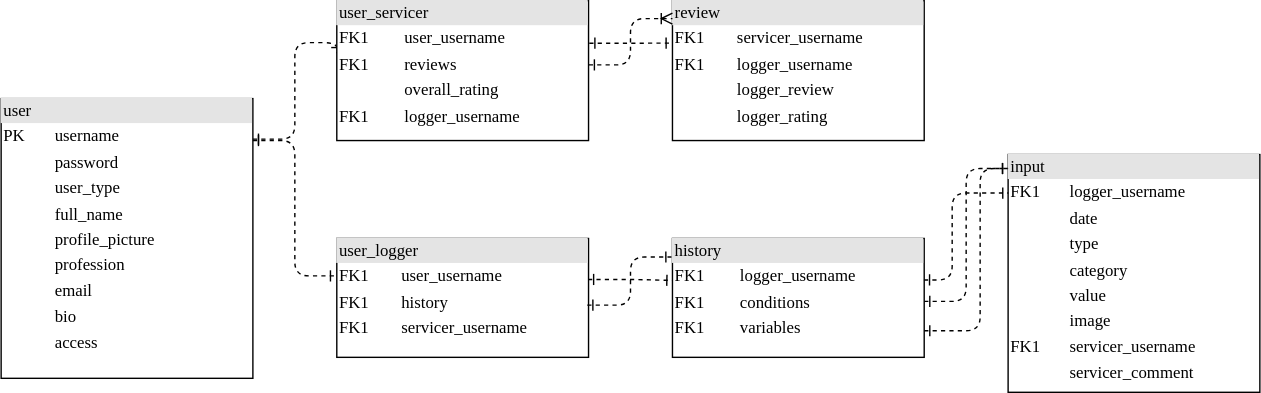
This is diagrams/database/database_tables_relationships.drawio.svg from mervin-njy/trigg-track-v2, a draw.io export, as it was before one commit. Source tidied: cells renumbered, new cells last; positions are measured from the earlier drawing's top-left corner, leaving out a move shared by most shapes.
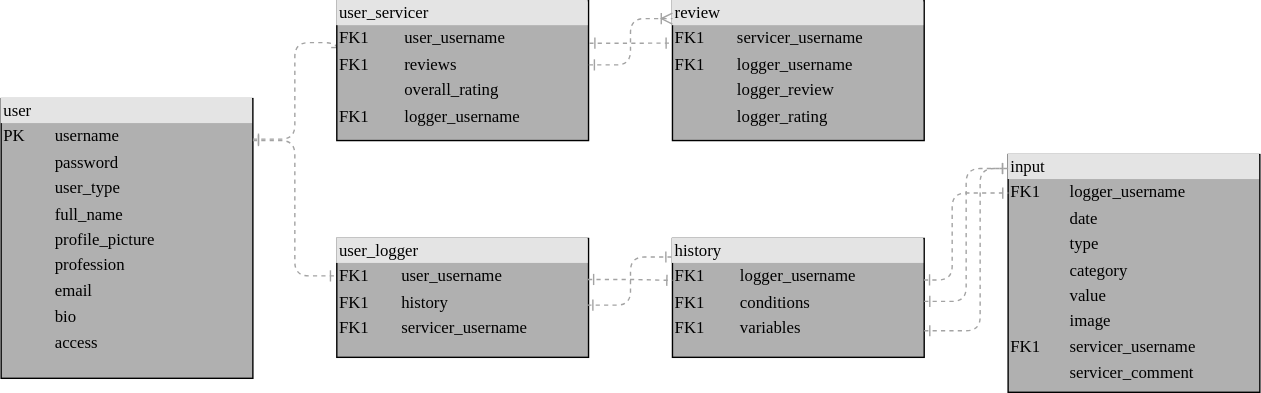
Later version of the same file.

Change to the diagram source:
```diff
@@ -2,13 +2,13 @@
   <root>
     <mxCell id="0" />
     <mxCell id="1" parent="0" />
-    <mxCell id="2" value="&lt;div style=&quot;box-sizing: border-box ; width: 100% ; background: #e4e4e4 ; padding: 2px&quot;&gt;user&lt;/div&gt;&lt;table style=&quot;width: 100% ; font-size: 1em&quot; cellpadding=&quot;2&quot; cellspacing=&quot;0&quot;&gt;&lt;tbody&gt;&lt;tr&gt;&lt;td&gt;PK&lt;/td&gt;&lt;td&gt;username&lt;/td&gt;&lt;/tr&gt;&lt;tr&gt;&lt;td&gt;&lt;br&gt;&lt;/td&gt;&lt;td&gt;password&lt;/td&gt;&lt;/tr&gt;&lt;tr&gt;&lt;td&gt;&lt;/td&gt;&lt;td&gt;user_type&lt;/td&gt;&lt;/tr&gt;&lt;tr&gt;&lt;td&gt;&lt;br&gt;&lt;/td&gt;&lt;td&gt;full_name&lt;br&gt;&lt;/td&gt;&lt;/tr&gt;&lt;tr&gt;&lt;td&gt;&lt;br&gt;&lt;/td&gt;&lt;td&gt;profile_picture&lt;br&gt;&lt;/td&gt;&lt;/tr&gt;&lt;tr&gt;&lt;td&gt;&lt;br&gt;&lt;/td&gt;&lt;td&gt;profession&lt;br&gt;&lt;/td&gt;&lt;/tr&gt;&lt;tr&gt;&lt;td&gt;&lt;br&gt;&lt;/td&gt;&lt;td&gt;email&lt;/td&gt;&lt;/tr&gt;&lt;tr&gt;&lt;td&gt;&lt;br&gt;&lt;/td&gt;&lt;td&gt;bio&lt;br&gt;&lt;/td&gt;&lt;/tr&gt;&lt;tr&gt;&lt;td&gt;&lt;br&gt;&lt;/td&gt;&lt;td&gt;access&lt;br&gt;&lt;/td&gt;&lt;/tr&gt;&lt;tr&gt;&lt;td&gt;&lt;br&gt;&lt;/td&gt;&lt;td&gt;&lt;br&gt;&lt;/td&gt;&lt;/tr&gt;&lt;tr&gt;&lt;td&gt;&lt;br&gt;&lt;/td&gt;&lt;td&gt;&lt;br&gt;&lt;/td&gt;&lt;/tr&gt;&lt;tr&gt;&lt;td&gt;&lt;br&gt;&lt;/td&gt;&lt;td&gt;&lt;br&gt;&lt;/td&gt;&lt;/tr&gt;&lt;tr&gt;&lt;td&gt;&lt;br&gt;&lt;/td&gt;&lt;td&gt;&lt;br&gt;&lt;/td&gt;&lt;/tr&gt;&lt;tr&gt;&lt;td&gt;&lt;br&gt;&lt;/td&gt;&lt;td&gt;&lt;br&gt;&lt;/td&gt;&lt;/tr&gt;&lt;tr&gt;&lt;td&gt;&lt;br&gt;&lt;/td&gt;&lt;td&gt;&lt;br&gt;&lt;/td&gt;&lt;/tr&gt;&lt;tr&gt;&lt;td&gt;&lt;br&gt;&lt;/td&gt;&lt;td&gt;&lt;br&gt;&lt;/td&gt;&lt;/tr&gt;&lt;tr&gt;&lt;td&gt;&lt;br&gt;&lt;/td&gt;&lt;td&gt;&lt;br&gt;&lt;/td&gt;&lt;/tr&gt;&lt;/tbody&gt;&lt;/table&gt;" style="verticalAlign=top;align=left;overflow=fill;html=1;rounded=0;shadow=0;comic=0;labelBackgroundColor=none;strokeWidth=1;fontFamily=Verdana;fontSize=12;" parent="1" vertex="1">
+    <mxCell id="2" value="&lt;div style=&quot;box-sizing: border-box ; width: 100% ; background: #e4e4e4 ; padding: 2px&quot;&gt;user&lt;/div&gt;&lt;table style=&quot;width: 100% ; font-size: 1em&quot; cellpadding=&quot;2&quot; cellspacing=&quot;0&quot;&gt;&lt;tbody&gt;&lt;tr&gt;&lt;td&gt;PK&lt;/td&gt;&lt;td&gt;username&lt;/td&gt;&lt;/tr&gt;&lt;tr&gt;&lt;td&gt;&lt;br&gt;&lt;/td&gt;&lt;td&gt;password&lt;/td&gt;&lt;/tr&gt;&lt;tr&gt;&lt;td&gt;&lt;/td&gt;&lt;td&gt;user_type&lt;/td&gt;&lt;/tr&gt;&lt;tr&gt;&lt;td&gt;&lt;br&gt;&lt;/td&gt;&lt;td&gt;full_name&lt;br&gt;&lt;/td&gt;&lt;/tr&gt;&lt;tr&gt;&lt;td&gt;&lt;br&gt;&lt;/td&gt;&lt;td&gt;profile_picture&lt;br&gt;&lt;/td&gt;&lt;/tr&gt;&lt;tr&gt;&lt;td&gt;&lt;br&gt;&lt;/td&gt;&lt;td&gt;profession&lt;br&gt;&lt;/td&gt;&lt;/tr&gt;&lt;tr&gt;&lt;td&gt;&lt;br&gt;&lt;/td&gt;&lt;td&gt;email&lt;/td&gt;&lt;/tr&gt;&lt;tr&gt;&lt;td&gt;&lt;br&gt;&lt;/td&gt;&lt;td&gt;bio&lt;br&gt;&lt;/td&gt;&lt;/tr&gt;&lt;tr&gt;&lt;td&gt;&lt;br&gt;&lt;/td&gt;&lt;td&gt;access&lt;br&gt;&lt;/td&gt;&lt;/tr&gt;&lt;tr&gt;&lt;td&gt;&lt;br&gt;&lt;/td&gt;&lt;td&gt;&lt;br&gt;&lt;/td&gt;&lt;/tr&gt;&lt;tr&gt;&lt;td&gt;&lt;br&gt;&lt;/td&gt;&lt;td&gt;&lt;br&gt;&lt;/td&gt;&lt;/tr&gt;&lt;tr&gt;&lt;td&gt;&lt;br&gt;&lt;/td&gt;&lt;td&gt;&lt;br&gt;&lt;/td&gt;&lt;/tr&gt;&lt;tr&gt;&lt;td&gt;&lt;br&gt;&lt;/td&gt;&lt;td&gt;&lt;br&gt;&lt;/td&gt;&lt;/tr&gt;&lt;tr&gt;&lt;td&gt;&lt;br&gt;&lt;/td&gt;&lt;td&gt;&lt;br&gt;&lt;/td&gt;&lt;/tr&gt;&lt;tr&gt;&lt;td&gt;&lt;br&gt;&lt;/td&gt;&lt;td&gt;&lt;br&gt;&lt;/td&gt;&lt;/tr&gt;&lt;tr&gt;&lt;td&gt;&lt;br&gt;&lt;/td&gt;&lt;td&gt;&lt;br&gt;&lt;/td&gt;&lt;/tr&gt;&lt;tr&gt;&lt;td&gt;&lt;br&gt;&lt;/td&gt;&lt;td&gt;&lt;br&gt;&lt;/td&gt;&lt;/tr&gt;&lt;/tbody&gt;&lt;/table&gt;" style="verticalAlign=top;align=left;overflow=fill;html=1;rounded=0;shadow=0;comic=0;labelBackgroundColor=none;strokeWidth=1;fontFamily=Verdana;fontSize=12;fillColor=#B0B0B0;" parent="1" vertex="1">
       <mxGeometry y="70" width="180" height="200" as="geometry" />
     </mxCell>
-    <mxCell id="3" value="&lt;div style=&quot;box-sizing: border-box ; width: 100% ; background: #e4e4e4 ; padding: 2px&quot;&gt;user_logger&lt;/div&gt;&lt;table style=&quot;width: 100% ; font-size: 1em&quot; cellpadding=&quot;2&quot; cellspacing=&quot;0&quot;&gt;&lt;tbody&gt;&lt;tr&gt;&lt;td&gt;FK1&lt;/td&gt;&lt;td&gt;&amp;nbsp; &amp;nbsp;user_username&lt;/td&gt;&lt;/tr&gt;&lt;tr&gt;&lt;td&gt;FK1&lt;/td&gt;&lt;td&gt;&amp;nbsp; &amp;nbsp;history&lt;/td&gt;&lt;/tr&gt;&lt;tr&gt;&lt;td&gt;FK1&lt;/td&gt;&lt;td&gt;&amp;nbsp; &amp;nbsp;servicer_username&lt;/td&gt;&lt;/tr&gt;&lt;tr&gt;&lt;td&gt;&lt;/td&gt;&lt;td&gt;&lt;br&gt;&lt;/td&gt;&lt;/tr&gt;&lt;/tbody&gt;&lt;/table&gt;" style="verticalAlign=top;align=left;overflow=fill;html=1;rounded=0;shadow=0;comic=0;labelBackgroundColor=none;strokeWidth=1;fontFamily=Verdana;fontSize=12;" parent="1" vertex="1">
+    <mxCell id="3" value="&lt;div style=&quot;box-sizing: border-box ; width: 100% ; background: #e4e4e4 ; padding: 2px&quot;&gt;user_logger&lt;/div&gt;&lt;table style=&quot;width: 100% ; font-size: 1em&quot; cellpadding=&quot;2&quot; cellspacing=&quot;0&quot;&gt;&lt;tbody&gt;&lt;tr&gt;&lt;td&gt;FK1&lt;/td&gt;&lt;td&gt;&amp;nbsp; &amp;nbsp;user_username&lt;/td&gt;&lt;/tr&gt;&lt;tr&gt;&lt;td&gt;FK1&lt;/td&gt;&lt;td&gt;&amp;nbsp; &amp;nbsp;history&lt;/td&gt;&lt;/tr&gt;&lt;tr&gt;&lt;td&gt;FK1&lt;/td&gt;&lt;td&gt;&amp;nbsp; &amp;nbsp;servicer_username&lt;/td&gt;&lt;/tr&gt;&lt;tr&gt;&lt;td&gt;&lt;/td&gt;&lt;td&gt;&lt;br&gt;&lt;/td&gt;&lt;/tr&gt;&lt;/tbody&gt;&lt;/table&gt;" style="verticalAlign=top;align=left;overflow=fill;html=1;rounded=0;shadow=0;comic=0;labelBackgroundColor=none;strokeWidth=1;fontFamily=Verdana;fontSize=12;fillColor=#B0B0B0;" parent="1" vertex="1">
       <mxGeometry x="240" y="170" width="180" height="85" as="geometry" />
     </mxCell>
-    <mxCell id="4" style="edgeStyle=orthogonalEdgeStyle;html=1;dashed=1;labelBackgroundColor=none;startArrow=ERone;endArrow=ERone;fontFamily=Verdana;fontSize=12;align=left;endFill=0;startFill=0;entryX=0;entryY=0.375;entryDx=0;entryDy=0;entryPerimeter=0;" parent="1" edge="1" target="5">
+    <mxCell id="4" style="edgeStyle=orthogonalEdgeStyle;html=1;dashed=1;labelBackgroundColor=none;startArrow=ERone;endArrow=ERone;fontFamily=Verdana;fontSize=12;align=left;endFill=0;startFill=0;entryX=0;entryY=0.375;entryDx=0;entryDy=0;entryPerimeter=0;strokeColor=#A3A3A3;" parent="1" edge="1" target="5">
       <mxGeometry relative="1" as="geometry">
         <mxPoint x="180" y="99" as="sourcePoint" />
         <Array as="points">
@@ -17,10 +17,10 @@
         </Array>
       </mxGeometry>
     </mxCell>
-    <mxCell id="5" value="&lt;div style=&quot;box-sizing: border-box ; width: 100% ; background: #e4e4e4 ; padding: 2px&quot;&gt;user_servicer&lt;/div&gt;&lt;table style=&quot;width: 100% ; font-size: 1em&quot; cellpadding=&quot;2&quot; cellspacing=&quot;0&quot;&gt;&lt;tbody&gt;&lt;tr&gt;&lt;td&gt;FK1&lt;/td&gt;&lt;td&gt;&amp;nbsp; &amp;nbsp;user_username&lt;/td&gt;&lt;/tr&gt;&lt;tr&gt;&lt;td&gt;FK1&lt;/td&gt;&lt;td&gt;&amp;nbsp; &amp;nbsp;reviews&lt;/td&gt;&lt;/tr&gt;&lt;tr&gt;&lt;td&gt;&lt;br&gt;&lt;/td&gt;&lt;td&gt;&amp;nbsp; &amp;nbsp;overall_rating&lt;/td&gt;&lt;/tr&gt;&lt;tr&gt;&lt;td&gt;FK1&lt;/td&gt;&lt;td&gt;&amp;nbsp; &amp;nbsp;logger_username&lt;/td&gt;&lt;/tr&gt;&lt;/tbody&gt;&lt;/table&gt;" style="verticalAlign=top;align=left;overflow=fill;html=1;rounded=0;shadow=0;comic=0;labelBackgroundColor=none;strokeWidth=1;fontFamily=Verdana;fontSize=12;" parent="1" vertex="1">
+    <mxCell id="5" value="&lt;div style=&quot;box-sizing: border-box ; width: 100% ; background: #e4e4e4 ; padding: 2px&quot;&gt;user_servicer&lt;/div&gt;&lt;table style=&quot;width: 100% ; font-size: 1em&quot; cellpadding=&quot;2&quot; cellspacing=&quot;0&quot;&gt;&lt;tbody&gt;&lt;tr&gt;&lt;td&gt;FK1&lt;/td&gt;&lt;td&gt;&amp;nbsp; &amp;nbsp;user_username&lt;/td&gt;&lt;/tr&gt;&lt;tr&gt;&lt;td&gt;FK1&lt;/td&gt;&lt;td&gt;&amp;nbsp; &amp;nbsp;reviews&lt;/td&gt;&lt;/tr&gt;&lt;tr&gt;&lt;td&gt;&lt;br&gt;&lt;/td&gt;&lt;td&gt;&amp;nbsp; &amp;nbsp;overall_rating&lt;/td&gt;&lt;/tr&gt;&lt;tr&gt;&lt;td&gt;FK1&lt;/td&gt;&lt;td&gt;&amp;nbsp; &amp;nbsp;logger_username&lt;/td&gt;&lt;/tr&gt;&lt;/tbody&gt;&lt;/table&gt;" style="verticalAlign=top;align=left;overflow=fill;html=1;rounded=0;shadow=0;comic=0;labelBackgroundColor=none;strokeWidth=1;fontFamily=Verdana;fontSize=12;fillColor=#B0B0B0;" parent="1" vertex="1">
       <mxGeometry x="240" width="180" height="100" as="geometry" />
     </mxCell>
-    <mxCell id="6" style="edgeStyle=orthogonalEdgeStyle;html=1;dashed=1;labelBackgroundColor=none;startArrow=ERone;endArrow=ERone;fontFamily=Verdana;fontSize=12;align=left;endFill=0;startFill=0;entryX=-0.003;entryY=0.315;entryDx=0;entryDy=0;entryPerimeter=0;" parent="1" edge="1" target="3">
+    <mxCell id="6" style="edgeStyle=orthogonalEdgeStyle;html=1;dashed=1;labelBackgroundColor=none;startArrow=ERone;endArrow=ERone;fontFamily=Verdana;fontSize=12;align=left;endFill=0;startFill=0;entryX=-0.003;entryY=0.315;entryDx=0;entryDy=0;entryPerimeter=0;strokeColor=#A3A3A3;" parent="1" edge="1" target="3">
       <mxGeometry relative="1" as="geometry">
         <mxPoint x="180" y="100" as="sourcePoint" />
         <Array as="points">
@@ -30,10 +30,10 @@
         </Array>
       </mxGeometry>
     </mxCell>
-    <mxCell id="7" value="&lt;div style=&quot;box-sizing: border-box ; width: 100% ; background: #e4e4e4 ; padding: 2px&quot;&gt;review&lt;/div&gt;&lt;table style=&quot;width: 100% ; font-size: 1em&quot; cellpadding=&quot;2&quot; cellspacing=&quot;0&quot;&gt;&lt;tbody&gt;&lt;tr&gt;&lt;td&gt;FK1&lt;/td&gt;&lt;td&gt;&amp;nbsp; &amp;nbsp;servicer_username&lt;/td&gt;&lt;/tr&gt;&lt;tr&gt;&lt;td&gt;FK1&lt;br&gt;&lt;/td&gt;&lt;td&gt;&amp;nbsp; &amp;nbsp;logger_username&lt;/td&gt;&lt;/tr&gt;&lt;tr&gt;&lt;td&gt;&lt;br&gt;&lt;/td&gt;&lt;td&gt;&amp;nbsp; &amp;nbsp;logger_review&lt;br&gt;&lt;/td&gt;&lt;/tr&gt;&lt;tr&gt;&lt;td&gt;&lt;/td&gt;&lt;td&gt;&amp;nbsp; &amp;nbsp;logger_rating&lt;/td&gt;&lt;/tr&gt;&lt;/tbody&gt;&lt;/table&gt;" style="verticalAlign=top;align=left;overflow=fill;html=1;rounded=0;shadow=0;comic=0;labelBackgroundColor=none;strokeWidth=1;fontFamily=Verdana;fontSize=12;" parent="1" vertex="1">
+    <mxCell id="7" value="&lt;div style=&quot;box-sizing: border-box ; width: 100% ; background: #e4e4e4 ; padding: 2px&quot;&gt;review&lt;/div&gt;&lt;table style=&quot;width: 100% ; font-size: 1em&quot; cellpadding=&quot;2&quot; cellspacing=&quot;0&quot;&gt;&lt;tbody&gt;&lt;tr&gt;&lt;td&gt;FK1&lt;/td&gt;&lt;td&gt;&amp;nbsp; &amp;nbsp;servicer_username&lt;/td&gt;&lt;/tr&gt;&lt;tr&gt;&lt;td&gt;FK1&lt;br&gt;&lt;/td&gt;&lt;td&gt;&amp;nbsp; &amp;nbsp;logger_username&lt;/td&gt;&lt;/tr&gt;&lt;tr&gt;&lt;td&gt;&lt;br&gt;&lt;/td&gt;&lt;td&gt;&amp;nbsp; &amp;nbsp;logger_review&lt;br&gt;&lt;/td&gt;&lt;/tr&gt;&lt;tr&gt;&lt;td&gt;&lt;/td&gt;&lt;td&gt;&amp;nbsp; &amp;nbsp;logger_rating&lt;/td&gt;&lt;/tr&gt;&lt;/tbody&gt;&lt;/table&gt;" style="verticalAlign=top;align=left;overflow=fill;html=1;rounded=0;shadow=0;comic=0;labelBackgroundColor=none;strokeWidth=1;fontFamily=Verdana;fontSize=12;fillColor=#B0B0B0;" parent="1" vertex="1">
       <mxGeometry x="480" width="180" height="100" as="geometry" />
     </mxCell>
-    <mxCell id="8" style="edgeStyle=orthogonalEdgeStyle;html=1;dashed=1;labelBackgroundColor=none;startArrow=ERone;endArrow=ERoneToMany;fontFamily=Verdana;fontSize=12;align=left;endFill=0;startFill=0;entryX=0;entryY=0.128;entryDx=0;entryDy=0;entryPerimeter=0;exitX=1.001;exitY=0.459;exitDx=0;exitDy=0;exitPerimeter=0;" parent="1" edge="1" source="5" target="7">
+    <mxCell id="8" style="edgeStyle=orthogonalEdgeStyle;html=1;dashed=1;labelBackgroundColor=none;startArrow=ERone;endArrow=ERoneToMany;fontFamily=Verdana;fontSize=12;align=left;endFill=0;startFill=0;entryX=0;entryY=0.128;entryDx=0;entryDy=0;entryPerimeter=0;exitX=1.001;exitY=0.459;exitDx=0;exitDy=0;exitPerimeter=0;strokeColor=#A3A3A3;" parent="1" edge="1" source="5" target="7">
       <mxGeometry relative="1" as="geometry">
         <Array as="points">
           <mxPoint x="450" y="46" />
@@ -42,13 +42,13 @@
         </Array>
       </mxGeometry>
     </mxCell>
-    <mxCell id="9" value="&lt;div style=&quot;box-sizing: border-box ; width: 100% ; background: #e4e4e4 ; padding: 2px&quot;&gt;history&lt;/div&gt;&lt;table style=&quot;width: 100% ; font-size: 1em&quot; cellpadding=&quot;2&quot; cellspacing=&quot;0&quot;&gt;&lt;tbody&gt;&lt;tr&gt;&lt;td&gt;FK1&lt;/td&gt;&lt;td&gt;&amp;nbsp; &amp;nbsp;logger_username&lt;/td&gt;&lt;/tr&gt;&lt;tr&gt;&lt;td&gt;FK1&lt;/td&gt;&lt;td&gt;&amp;nbsp; &amp;nbsp;conditions&lt;/td&gt;&lt;/tr&gt;&lt;tr&gt;&lt;td&gt;FK1&lt;/td&gt;&lt;td&gt;&amp;nbsp; &amp;nbsp;variables&lt;/td&gt;&lt;/tr&gt;&lt;tr&gt;&lt;td&gt;&lt;/td&gt;&lt;td&gt;&lt;br&gt;&lt;/td&gt;&lt;/tr&gt;&lt;/tbody&gt;&lt;/table&gt;" style="verticalAlign=top;align=left;overflow=fill;html=1;rounded=0;shadow=0;comic=0;labelBackgroundColor=none;strokeWidth=1;fontFamily=Verdana;fontSize=12;" parent="1" vertex="1">
+    <mxCell id="9" value="&lt;div style=&quot;box-sizing: border-box ; width: 100% ; background: #e4e4e4 ; padding: 2px&quot;&gt;history&lt;/div&gt;&lt;table style=&quot;width: 100% ; font-size: 1em&quot; cellpadding=&quot;2&quot; cellspacing=&quot;0&quot;&gt;&lt;tbody&gt;&lt;tr&gt;&lt;td&gt;FK1&lt;/td&gt;&lt;td&gt;&amp;nbsp; &amp;nbsp;logger_username&lt;/td&gt;&lt;/tr&gt;&lt;tr&gt;&lt;td&gt;FK1&lt;/td&gt;&lt;td&gt;&amp;nbsp; &amp;nbsp;conditions&lt;/td&gt;&lt;/tr&gt;&lt;tr&gt;&lt;td&gt;FK1&lt;/td&gt;&lt;td&gt;&amp;nbsp; &amp;nbsp;variables&lt;/td&gt;&lt;/tr&gt;&lt;tr&gt;&lt;td&gt;&lt;/td&gt;&lt;td&gt;&lt;br&gt;&lt;/td&gt;&lt;/tr&gt;&lt;/tbody&gt;&lt;/table&gt;" style="verticalAlign=top;align=left;overflow=fill;html=1;rounded=0;shadow=0;comic=0;labelBackgroundColor=none;strokeWidth=1;fontFamily=Verdana;fontSize=12;fillColor=#B0B0B0;" parent="1" vertex="1">
       <mxGeometry x="480" y="170" width="180" height="85" as="geometry" />
     </mxCell>
-    <mxCell id="10" style="edgeStyle=orthogonalEdgeStyle;html=1;dashed=1;labelBackgroundColor=none;startArrow=ERone;endArrow=ERone;fontFamily=Verdana;fontSize=12;align=left;endFill=0;startFill=0;entryX=-0.003;entryY=0.303;entryDx=0;entryDy=0;entryPerimeter=0;exitX=1.003;exitY=0.304;exitDx=0;exitDy=0;exitPerimeter=0;" parent="1" edge="1" source="5" target="7">
+    <mxCell id="10" style="edgeStyle=orthogonalEdgeStyle;html=1;dashed=1;labelBackgroundColor=none;startArrow=ERone;endArrow=ERone;fontFamily=Verdana;fontSize=12;align=left;endFill=0;startFill=0;entryX=-0.003;entryY=0.303;entryDx=0;entryDy=0;entryPerimeter=0;exitX=1.003;exitY=0.304;exitDx=0;exitDy=0;exitPerimeter=0;strokeColor=#A3A3A3;" parent="1" edge="1" source="5" target="7">
       <mxGeometry relative="1" as="geometry" />
     </mxCell>
-    <mxCell id="11" style="edgeStyle=orthogonalEdgeStyle;html=1;dashed=1;labelBackgroundColor=none;startArrow=ERone;endArrow=ERone;fontFamily=Verdana;fontSize=12;align=left;endFill=0;startFill=0;entryX=-0.004;entryY=0.156;entryDx=0;entryDy=0;entryPerimeter=0;exitX=0.995;exitY=0.561;exitDx=0;exitDy=0;exitPerimeter=0;" parent="1" edge="1" source="3" target="9">
+    <mxCell id="11" style="edgeStyle=orthogonalEdgeStyle;html=1;dashed=1;labelBackgroundColor=none;startArrow=ERone;endArrow=ERone;fontFamily=Verdana;fontSize=12;align=left;endFill=0;startFill=0;entryX=-0.004;entryY=0.156;entryDx=0;entryDy=0;entryPerimeter=0;exitX=0.995;exitY=0.561;exitDx=0;exitDy=0;exitPerimeter=0;strokeColor=#A3A3A3;" parent="1" edge="1" source="3" target="9">
       <mxGeometry relative="1" as="geometry">
         <Array as="points">
           <mxPoint x="450" y="218" />
@@ -57,15 +57,15 @@
         </Array>
       </mxGeometry>
     </mxCell>
-    <mxCell id="12" style="edgeStyle=orthogonalEdgeStyle;html=1;dashed=1;labelBackgroundColor=none;startArrow=ERone;endArrow=ERone;fontFamily=Verdana;fontSize=12;align=left;endFill=0;startFill=0;entryX=-0.003;entryY=0.303;entryDx=0;entryDy=0;entryPerimeter=0;exitX=0.998;exitY=0.345;exitDx=0;exitDy=0;exitPerimeter=0;" parent="1" edge="1" source="3">
+    <mxCell id="12" style="edgeStyle=orthogonalEdgeStyle;html=1;dashed=1;labelBackgroundColor=none;startArrow=ERone;endArrow=ERone;fontFamily=Verdana;fontSize=12;align=left;endFill=0;startFill=0;entryX=-0.003;entryY=0.303;entryDx=0;entryDy=0;entryPerimeter=0;exitX=0.998;exitY=0.345;exitDx=0;exitDy=0;exitPerimeter=0;strokeColor=#A3A3A3;" parent="1" edge="1" source="3">
       <mxGeometry relative="1" as="geometry">
         <mxPoint x="480" y="200" as="targetPoint" />
       </mxGeometry>
     </mxCell>
-    <mxCell id="13" value="&lt;div style=&quot;box-sizing: border-box ; width: 100% ; background: #e4e4e4 ; padding: 2px&quot;&gt;input&lt;/div&gt;&lt;table style=&quot;width: 100% ; font-size: 1em&quot; cellpadding=&quot;2&quot; cellspacing=&quot;0&quot;&gt;&lt;tbody&gt;&lt;tr&gt;&lt;td&gt;FK1&lt;/td&gt;&lt;td&gt;&amp;nbsp; logger_username&lt;/td&gt;&lt;/tr&gt;&lt;tr&gt;&lt;td&gt;&lt;br&gt;&lt;/td&gt;&lt;td&gt;&amp;nbsp; date&lt;/td&gt;&lt;/tr&gt;&lt;tr&gt;&lt;td&gt;&lt;/td&gt;&lt;td&gt;&amp;nbsp; type&lt;/td&gt;&lt;/tr&gt;&lt;tr&gt;&lt;td&gt;&lt;br&gt;&lt;/td&gt;&lt;td&gt;&amp;nbsp; category&lt;/td&gt;&lt;/tr&gt;&lt;tr&gt;&lt;td&gt;&lt;br&gt;&lt;/td&gt;&lt;td&gt;&amp;nbsp; value&lt;/td&gt;&lt;/tr&gt;&lt;tr&gt;&lt;td&gt;&lt;br&gt;&lt;/td&gt;&lt;td&gt;&amp;nbsp; image&lt;/td&gt;&lt;/tr&gt;&lt;tr&gt;&lt;td&gt;FK1&lt;/td&gt;&lt;td&gt;&amp;nbsp; servicer_username&lt;/td&gt;&lt;/tr&gt;&lt;tr&gt;&lt;td&gt;&lt;br&gt;&lt;/td&gt;&lt;td&gt;&amp;nbsp; servicer_comment&lt;/td&gt;&lt;/tr&gt;&lt;tr&gt;&lt;td&gt;&lt;br&gt;&lt;/td&gt;&lt;td&gt;&lt;br&gt;&lt;/td&gt;&lt;/tr&gt;&lt;tr&gt;&lt;td&gt;&lt;br&gt;&lt;/td&gt;&lt;td&gt;&lt;br&gt;&lt;/td&gt;&lt;/tr&gt;&lt;tr&gt;&lt;td&gt;&lt;br&gt;&lt;/td&gt;&lt;td&gt;&lt;br&gt;&lt;/td&gt;&lt;/tr&gt;&lt;tr&gt;&lt;td&gt;&lt;br&gt;&lt;/td&gt;&lt;td&gt;&lt;br&gt;&lt;/td&gt;&lt;/tr&gt;&lt;tr&gt;&lt;td&gt;&lt;br&gt;&lt;/td&gt;&lt;td&gt;&lt;br&gt;&lt;/td&gt;&lt;/tr&gt;&lt;tr&gt;&lt;td&gt;&lt;br&gt;&lt;/td&gt;&lt;td&gt;&lt;br&gt;&lt;/td&gt;&lt;/tr&gt;&lt;tr&gt;&lt;td&gt;&lt;br&gt;&lt;/td&gt;&lt;td&gt;&lt;br&gt;&lt;/td&gt;&lt;/tr&gt;&lt;tr&gt;&lt;td&gt;&lt;br&gt;&lt;/td&gt;&lt;td&gt;&lt;br&gt;&lt;/td&gt;&lt;/tr&gt;&lt;tr&gt;&lt;td&gt;&lt;br&gt;&lt;/td&gt;&lt;td&gt;&lt;br&gt;&lt;/td&gt;&lt;/tr&gt;&lt;/tbody&gt;&lt;/table&gt;" style="verticalAlign=top;align=left;overflow=fill;html=1;rounded=0;shadow=0;comic=0;labelBackgroundColor=none;strokeWidth=1;fontFamily=Verdana;fontSize=12;" parent="1" vertex="1">
+    <mxCell id="13" value="&lt;div style=&quot;box-sizing: border-box ; width: 100% ; background: #e4e4e4 ; padding: 2px&quot;&gt;input&lt;/div&gt;&lt;table style=&quot;width: 100% ; font-size: 1em&quot; cellpadding=&quot;2&quot; cellspacing=&quot;0&quot;&gt;&lt;tbody&gt;&lt;tr&gt;&lt;td&gt;FK1&lt;/td&gt;&lt;td&gt;&amp;nbsp; logger_username&lt;/td&gt;&lt;/tr&gt;&lt;tr&gt;&lt;td&gt;&lt;br&gt;&lt;/td&gt;&lt;td&gt;&amp;nbsp; date&lt;/td&gt;&lt;/tr&gt;&lt;tr&gt;&lt;td&gt;&lt;/td&gt;&lt;td&gt;&amp;nbsp; type&lt;/td&gt;&lt;/tr&gt;&lt;tr&gt;&lt;td&gt;&lt;br&gt;&lt;/td&gt;&lt;td&gt;&amp;nbsp; category&lt;/td&gt;&lt;/tr&gt;&lt;tr&gt;&lt;td&gt;&lt;br&gt;&lt;/td&gt;&lt;td&gt;&amp;nbsp; value&lt;/td&gt;&lt;/tr&gt;&lt;tr&gt;&lt;td&gt;&lt;br&gt;&lt;/td&gt;&lt;td&gt;&amp;nbsp; image&lt;/td&gt;&lt;/tr&gt;&lt;tr&gt;&lt;td&gt;FK1&lt;/td&gt;&lt;td&gt;&amp;nbsp; servicer_username&lt;/td&gt;&lt;/tr&gt;&lt;tr&gt;&lt;td&gt;&lt;br&gt;&lt;/td&gt;&lt;td&gt;&amp;nbsp; servicer_comment&lt;/td&gt;&lt;/tr&gt;&lt;tr&gt;&lt;td&gt;&lt;br&gt;&lt;/td&gt;&lt;td&gt;&lt;br&gt;&lt;/td&gt;&lt;/tr&gt;&lt;tr&gt;&lt;td&gt;&lt;br&gt;&lt;/td&gt;&lt;td&gt;&lt;br&gt;&lt;/td&gt;&lt;/tr&gt;&lt;tr&gt;&lt;td&gt;&lt;br&gt;&lt;/td&gt;&lt;td&gt;&lt;br&gt;&lt;/td&gt;&lt;/tr&gt;&lt;tr&gt;&lt;td&gt;&lt;br&gt;&lt;/td&gt;&lt;td&gt;&lt;br&gt;&lt;/td&gt;&lt;/tr&gt;&lt;tr&gt;&lt;td&gt;&lt;br&gt;&lt;/td&gt;&lt;td&gt;&lt;br&gt;&lt;/td&gt;&lt;/tr&gt;&lt;tr&gt;&lt;td&gt;&lt;br&gt;&lt;/td&gt;&lt;td&gt;&lt;br&gt;&lt;/td&gt;&lt;/tr&gt;&lt;tr&gt;&lt;td&gt;&lt;br&gt;&lt;/td&gt;&lt;td&gt;&lt;br&gt;&lt;/td&gt;&lt;/tr&gt;&lt;tr&gt;&lt;td&gt;&lt;br&gt;&lt;/td&gt;&lt;td&gt;&lt;br&gt;&lt;/td&gt;&lt;/tr&gt;&lt;tr&gt;&lt;td&gt;&lt;br&gt;&lt;/td&gt;&lt;td&gt;&lt;br&gt;&lt;/td&gt;&lt;/tr&gt;&lt;/tbody&gt;&lt;/table&gt;" style="verticalAlign=top;align=left;overflow=fill;html=1;rounded=0;shadow=0;comic=0;labelBackgroundColor=none;strokeWidth=1;fontFamily=Verdana;fontSize=12;fillColor=#B0B0B0;" parent="1" vertex="1">
       <mxGeometry x="720" y="110" width="180" height="170" as="geometry" />
     </mxCell>
-    <mxCell id="14" style="edgeStyle=orthogonalEdgeStyle;html=1;dashed=1;labelBackgroundColor=none;startArrow=ERone;endArrow=ERone;fontFamily=Verdana;fontSize=12;align=left;endFill=0;startFill=0;exitX=0.995;exitY=0.561;exitDx=0;exitDy=0;exitPerimeter=0;" parent="1" edge="1">
+    <mxCell id="14" style="edgeStyle=orthogonalEdgeStyle;html=1;dashed=1;labelBackgroundColor=none;startArrow=ERone;endArrow=ERone;fontFamily=Verdana;fontSize=12;align=left;endFill=0;startFill=0;exitX=0.995;exitY=0.561;exitDx=0;exitDy=0;exitPerimeter=0;strokeColor=#A3A3A3;" parent="1" edge="1">
       <mxGeometry relative="1" as="geometry">
         <mxPoint x="660" y="215" as="sourcePoint" />
         <mxPoint x="720" y="120" as="targetPoint" />
@@ -75,7 +75,7 @@
         </Array>
       </mxGeometry>
     </mxCell>
-    <mxCell id="15" style="edgeStyle=orthogonalEdgeStyle;html=1;dashed=1;labelBackgroundColor=none;startArrow=ERone;endArrow=ERone;fontFamily=Verdana;fontSize=12;align=left;endFill=0;startFill=0;" parent="1" edge="1">
+    <mxCell id="15" style="edgeStyle=orthogonalEdgeStyle;html=1;dashed=1;labelBackgroundColor=none;startArrow=ERone;endArrow=ERone;fontFamily=Verdana;fontSize=12;align=left;endFill=0;startFill=0;strokeColor=#A3A3A3;" parent="1" edge="1">
       <mxGeometry relative="1" as="geometry">
         <mxPoint x="660" y="236" as="sourcePoint" />
         <mxPoint x="720" y="120" as="targetPoint" />
@@ -85,7 +85,7 @@
         </Array>
       </mxGeometry>
     </mxCell>
-    <mxCell id="16" style="edgeStyle=orthogonalEdgeStyle;html=1;dashed=1;labelBackgroundColor=none;startArrow=ERone;endArrow=ERone;fontFamily=Verdana;fontSize=12;align=left;endFill=0;startFill=0;entryX=0.001;entryY=0.162;entryDx=0;entryDy=0;entryPerimeter=0;exitX=0.999;exitY=0.349;exitDx=0;exitDy=0;exitPerimeter=0;" parent="1" edge="1" source="9" target="13">
+    <mxCell id="16" style="edgeStyle=orthogonalEdgeStyle;html=1;dashed=1;labelBackgroundColor=none;startArrow=ERone;endArrow=ERone;fontFamily=Verdana;fontSize=12;align=left;endFill=0;startFill=0;entryX=0.001;entryY=0.162;entryDx=0;entryDy=0;entryPerimeter=0;exitX=0.999;exitY=0.349;exitDx=0;exitDy=0;exitPerimeter=0;strokeColor=#A3A3A3;" parent="1" edge="1" source="9" target="13">
       <mxGeometry relative="1" as="geometry">
         <Array as="points">
           <mxPoint x="680" y="200" />
```
